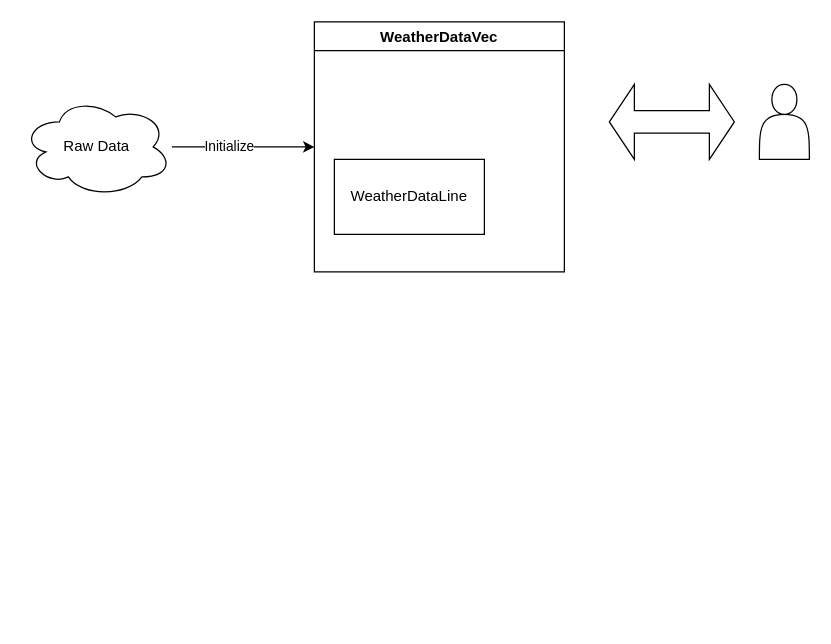
Dan-Qwerty/MNXB01-PROJECT keeps this draw.io diagram as Untitled Diagram.drawio. Above is the earlier version. Source tidied: cells renumbered, new cells numbered last; positions are measured from the earlier drawing's top-left corner, leaving out a move shared by most shapes. Both pictures are drawn from the tidied source at 125%, with x=0, y=0 at pixel (21, 21).
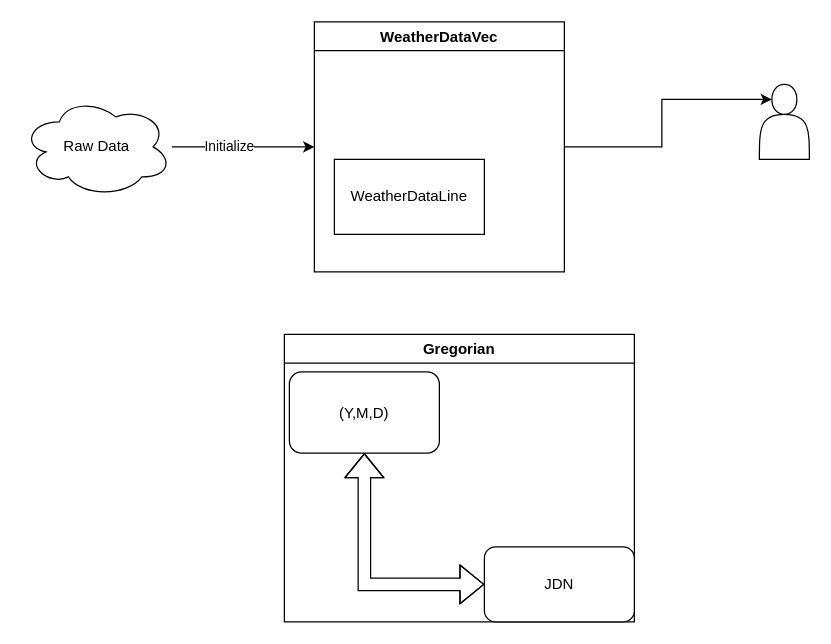
The same diagram, later.

The edit, as a diff of the source:
```diff
@@
 <mxGraphModel>
   <root>
     <mxCell id="0" />
     <mxCell id="1" parent="0" />
     <mxCell id="2" value="Raw Data" style="ellipse;shape=cloud;whiteSpace=wrap;html=1;fontColor=default;strokeColor=default;fillColor=default;" parent="1" vertex="1">
       <mxGeometry y="60" width="120" height="80" as="geometry" />
     </mxCell>
     <mxCell id="3" style="endArrow=classic;html=1;rounded=0;labelBackgroundColor=default;fontColor=default;strokeColor=default;entryX=0;entryY=0.5;entryDx=0;entryDy=0;" parent="1" edge="1" source="2" target="5">
       <mxGeometry relative="1" as="geometry">
         <Array as="points">
           <mxPoint x="190" y="100" />
         </Array>
       </mxGeometry>
     </mxCell>
     <mxCell id="4" value="Initialize" style="edgeLabel;html=1;align=center;verticalAlign=middle;fontColor=default;" parent="3" vertex="1">
       <mxGeometry x="-0.21" y="1" relative="1" as="geometry" />
     </mxCell>
+    <mxCell id="9" style="edgeStyle=orthogonalEdgeStyle;rounded=0;jettySize=auto;html=1;exitX=1;exitY=0.5;exitDx=0;exitDy=0;entryX=0.25;entryY=0.2;entryDx=0;entryDy=0;entryPerimeter=0;labelBackgroundColor=default;fontColor=default;strokeColor=default;" parent="1" edge="1" source="5" target="7">
+      <mxGeometry relative="1" as="geometry" />
+    </mxCell>
     <mxCell id="5" value="WeatherDataVec" style="swimlane;fontColor=default;strokeColor=default;fillColor=default;" parent="1" vertex="1">
       <mxGeometry x="234" width="200" height="200" as="geometry" />
     </mxCell>
     <mxCell id="6" value="WeatherDataLine" style="rounded=0;whiteSpace=wrap;html=1;fontColor=default;strokeColor=default;fillColor=default;" parent="5" vertex="1">
       <mxGeometry x="16" y="110" width="120" height="60" as="geometry" />
     </mxCell>
     <mxCell id="7" style="shape=actor;whiteSpace=wrap;html=1;fontColor=default;strokeColor=default;fillColor=default;" parent="1" vertex="1">
       <mxGeometry x="590" y="50" width="40" height="60" as="geometry" />
     </mxCell>
-    <mxCell id="8" style="shape=doubleArrow;whiteSpace=wrap;html=1;fontColor=default;strokeColor=default;fillColor=default;" parent="1" vertex="1">
-      <mxGeometry x="470" y="50" width="100" height="60" as="geometry" />
-    </mxCell>
+    <mxCell id="10" value="Gregorian" style="swimlane;labelBackgroundColor=default;fontColor=default;strokeColor=default;fillColor=default;" parent="1" vertex="1">
+      <mxGeometry x="210" y="250" width="280" height="230" as="geometry" />
+    </mxCell>
+    <mxCell id="11" value="(Y,M,D)" style="rounded=1;whiteSpace=wrap;html=1;labelBackgroundColor=default;fontColor=default;strokeColor=default;fillColor=default;" parent="10" vertex="1">
+      <mxGeometry x="4" y="30" width="120" height="65" as="geometry" />
+    </mxCell>
+    <mxCell id="12" value="JDN" style="rounded=1;whiteSpace=wrap;html=1;labelBackgroundColor=default;fontColor=default;strokeColor=default;fillColor=default;" parent="10" vertex="1">
+      <mxGeometry x="160" y="170" width="120" height="60" as="geometry" />
+    </mxCell>
+    <mxCell id="13" style="shape=flexArrow;endArrow=classic;startArrow=classic;html=1;rounded=0;labelBackgroundColor=default;fontColor=default;strokeColor=default;" parent="10" edge="1" source="11" target="12">
+      <mxGeometry relative="1" as="geometry">
+        <Array as="points">
+          <mxPoint x="64" y="200" />
+        </Array>
+      </mxGeometry>
+    </mxCell>
   </root>
 </mxGraphModel>
```
